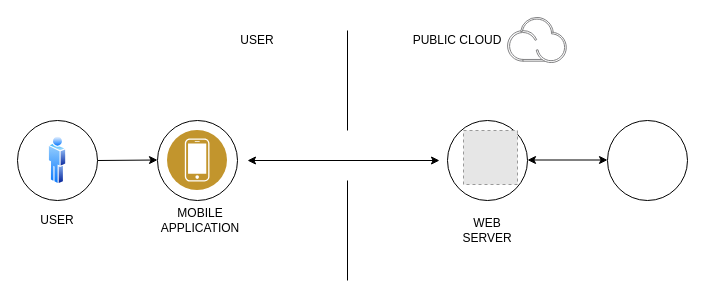
Earlier version of the draw.io diagram visual_recognition flow.drawio (malarramesh/Data-Science-Project). Source tidied: cells renumbered, new cells numbered last; positions are measured from the earlier drawing's top-left corner, leaving out a move shared by most shapes. Both pictures are drawn from the tidied source at 100%, with x=0, y=0 at pixel (17, 17). Pictures stored in the file or linked from it are replaced by grey dashed boxes.
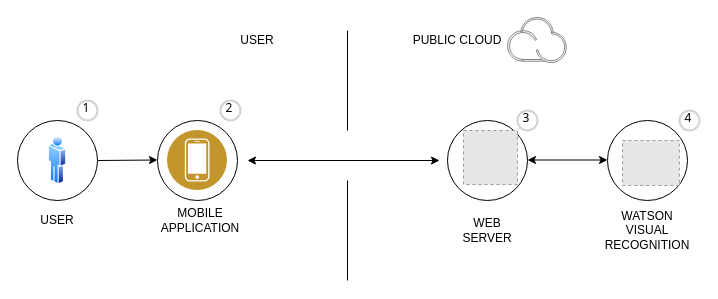
Above is the later version.

What changed in the source:
```diff
@@
+    <mxCell id="20" style="fillColor=#E6E6E6;strokeColor=#999999;dashed=1;verticalLabelPosition=bottom;labelBackgroundColor=#ffffff;verticalAlign=top;" parent="1" vertex="1">
+      <mxGeometry x="605" y="123" width="56.9" height="45" as="geometry" />
+    </mxCell>
+    <mxCell id="21" value="WATSON VISUAL RECOGNITION" style="text;html=1;strokeColor=none;fillColor=none;align=center;verticalAlign=middle;whiteSpace=wrap;rounded=0;" parent="1" vertex="1">
+      <mxGeometry x="610" y="203" width="40" height="20" as="geometry" />
+    </mxCell>
+    <mxCell id="22" value="1" style="ellipse;whiteSpace=wrap;html=1;strokeWidth=2;fontFamily=Tahoma;spacingBottom=4;spacingRight=2;strokeColor=#d3d3d3;" parent="1" vertex="1">
+      <mxGeometry x="60" y="83" width="20" height="20" as="geometry" />
+    </mxCell>
+    <mxCell id="23" value="2" style="ellipse;whiteSpace=wrap;html=1;strokeWidth=2;fontFamily=Tahoma;spacingBottom=4;spacingRight=2;strokeColor=#d3d3d3;" parent="1" vertex="1">
+      <mxGeometry x="203" y="83" width="20" height="20" as="geometry" />
+    </mxCell>
+    <mxCell id="24" value="3" style="ellipse;whiteSpace=wrap;html=1;strokeWidth=2;fontFamily=Tahoma;spacingBottom=4;spacingRight=2;strokeColor=#d3d3d3;" parent="1" vertex="1">
+      <mxGeometry x="500" y="93" width="20" height="20" as="geometry" />
+    </mxCell>
+    <mxCell id="25" value="4" style="ellipse;whiteSpace=wrap;html=1;strokeWidth=2;fontFamily=Tahoma;spacingBottom=4;spacingRight=2;strokeColor=#d3d3d3;" parent="1" vertex="1">
+      <mxGeometry x="662" y="93" width="20" height="20" as="geometry" />
+    </mxCell>
```
